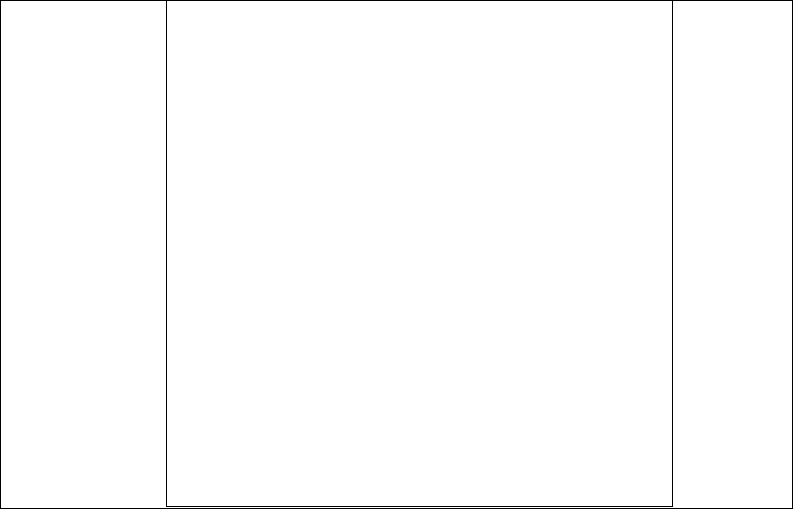
Above: 绿色购物平台系统框架.drawio.png in Li-cencen/UML (draw.io), before the change. Source tidied: cells renumbered, new cells last; positions are measured from the earlier drawing's top-left corner, leaving out a move shared by most shapes. The source it was exported from:
```xml
<mxGraphModel>
  <root>
    <mxCell id="0" />
    <mxCell id="1" parent="0" />
    <mxCell id="2" style="rounded=0;whiteSpace=wrap;html=1;" parent="1" vertex="1">
      <mxGeometry width="792" height="508" as="geometry" />
    </mxCell>
    <mxCell id="3" style="whiteSpace=wrap;html=1;" parent="1" vertex="1">
      <mxGeometry x="166" width="506" height="506" as="geometry" />
    </mxCell>
  </root>
</mxGraphModel>
```
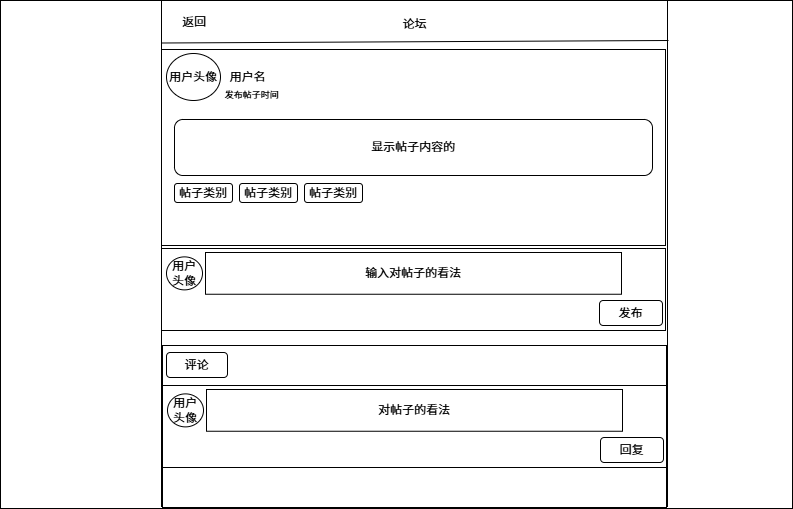
The same diagram one commit later.

Commit message:
更新绿色购物平台系统框架.drawio.png

The edit, as a diff of the source:
```diff
@@ -5,8 +5,79 @@
     <mxCell id="2" style="rounded=0;whiteSpace=wrap;html=1;" parent="1" vertex="1">
       <mxGeometry width="792" height="508" as="geometry" />
     </mxCell>
-    <mxCell id="3" style="whiteSpace=wrap;html=1;" parent="1" vertex="1">
-      <mxGeometry x="166" width="506" height="506" as="geometry" />
+    <mxCell id="3" style="whiteSpace=wrap;html=1;strokeColor=default;" parent="1" vertex="1">
+      <mxGeometry x="161" width="506" height="506" as="geometry" />
     </mxCell>
+    <mxCell id="4" value="返回" style="rounded=1;whiteSpace=wrap;html=1;labelBorderColor=none;fontColor=default;strokeColor=none;" parent="1" vertex="1">
+      <mxGeometry x="166" y="8" width="56" height="31" as="geometry" />
+    </mxCell>
+    <mxCell id="5" value="返回" style="rounded=1;whiteSpace=wrap;html=1;labelBorderColor=none;fontColor=default;strokeColor=none;" parent="1" vertex="1">
+      <mxGeometry x="166" y="6" width="56" height="31" as="geometry" />
+    </mxCell>
+    <mxCell id="6" style="endArrow=none;html=1;rounded=0;entryX=0.001;entryY=0.084;entryDx=0;entryDy=0;entryPerimeter=0;" parent="1" edge="1" target="3">
+      <mxGeometry relative="1" as="geometry">
+        <mxPoint x="668" y="40" as="sourcePoint" />
+      </mxGeometry>
+    </mxCell>
+    <mxCell id="7" value="论坛" style="text;html=1;align=center;verticalAlign=middle;strokeColor=none;fillColor=none;" parent="1" vertex="1">
+      <mxGeometry x="393" y="10.5" width="42" height="26" as="geometry" />
+    </mxCell>
+    <mxCell id="8" style="rounded=0;whiteSpace=wrap;html=1;" parent="1" vertex="1">
+      <mxGeometry x="161" y="49" width="504" height="196" as="geometry" />
+    </mxCell>
+    <mxCell id="9" style="rounded=0;whiteSpace=wrap;html=1;" parent="1" vertex="1">
+      <mxGeometry x="161" y="248" width="504" height="82" as="geometry" />
+    </mxCell>
+    <mxCell id="10" style="rounded=0;whiteSpace=wrap;html=1;" parent="1" vertex="1">
+      <mxGeometry x="162" y="345" width="504" height="162" as="geometry" />
+    </mxCell>
+    <mxCell id="11" value="用户头像" style="ellipse;whiteSpace=wrap;html=1;" parent="1" vertex="1">
+      <mxGeometry x="166" y="53" width="54" height="47" as="geometry" />
+    </mxCell>
+    <mxCell id="12" value="用户名" style="text;html=1;align=center;verticalAlign=middle;strokeColor=none;fillColor=none;" parent="1" vertex="1">
+      <mxGeometry x="220" y="63.5" width="54" height="26" as="geometry" />
+    </mxCell>
+    <mxCell id="13" value="显示帖子内容的" style="rounded=1;whiteSpace=wrap;html=1;" parent="1" vertex="1">
+      <mxGeometry x="174" y="119" width="478" height="56" as="geometry" />
+    </mxCell>
+    <mxCell id="14" value="&lt;font style=&quot;font-size: 9px;&quot;&gt;发布帖子时间&lt;/font&gt;" style="text;html=1;align=center;verticalAlign=middle;strokeColor=none;fillColor=none;" parent="1" vertex="1">
+      <mxGeometry x="215" y="81" width="72" height="26" as="geometry" />
+    </mxCell>
+    <mxCell id="15" value="帖子类别" style="rounded=1;whiteSpace=wrap;html=1;" parent="1" vertex="1">
+      <mxGeometry x="174" y="183" width="58" height="19" as="geometry" />
+    </mxCell>
+    <mxCell id="16" value="帖子类别" style="rounded=1;whiteSpace=wrap;html=1;" parent="1" vertex="1">
+      <mxGeometry x="239" y="183" width="58" height="19" as="geometry" />
+    </mxCell>
+    <mxCell id="17" value="帖子类别" style="rounded=1;whiteSpace=wrap;html=1;" parent="1" vertex="1">
+      <mxGeometry x="304" y="183" width="58" height="19" as="geometry" />
+    </mxCell>
+    <mxCell id="18" value="用户头像" style="ellipse;whiteSpace=wrap;html=1;" parent="1" vertex="1">
+      <mxGeometry x="166" y="256.4" width="36" height="33" as="geometry" />
+    </mxCell>
+    <mxCell id="19" value="输入对帖子的看法" style="rounded=0;whiteSpace=wrap;html=1;" parent="1" vertex="1">
+      <mxGeometry x="205" y="252" width="416" height="41.8" as="geometry" />
+    </mxCell>
+    <mxCell id="20" value="发布" style="rounded=1;whiteSpace=wrap;html=1;" parent="1" vertex="1">
+      <mxGeometry x="599" y="300" width="63" height="25" as="geometry" />
+    </mxCell>
+    <mxCell id="21" value="评论" style="rounded=1;whiteSpace=wrap;html=1;" parent="1" vertex="1">
+      <mxGeometry x="166" y="352" width="61" height="25" as="geometry" />
+    </mxCell>
+    <mxCell id="22" style="endArrow=none;html=1;rounded=0;exitX=0;exitY=0.25;exitDx=0;exitDy=0;entryX=1;entryY=0.25;entryDx=0;entryDy=0;" parent="1" edge="1" source="10" target="10">
+      <mxGeometry relative="1" as="geometry" />
+    </mxCell>
+    <mxCell id="23" style="rounded=0;whiteSpace=wrap;html=1;" parent="1" vertex="1">
+      <mxGeometry x="162" y="385" width="504" height="82" as="geometry" />
+    </mxCell>
+    <mxCell id="24" value="用户头像" style="ellipse;whiteSpace=wrap;html=1;" parent="1" vertex="1">
+      <mxGeometry x="167" y="393.4" width="36" height="33" as="geometry" />
+    </mxCell>
+    <mxCell id="25" value="对帖子的看法" style="rounded=0;whiteSpace=wrap;html=1;" parent="1" vertex="1">
+      <mxGeometry x="206" y="389" width="416" height="41.8" as="geometry" />
+    </mxCell>
+    <mxCell id="26" value="回复" style="rounded=1;whiteSpace=wrap;html=1;" parent="1" vertex="1">
+      <mxGeometry x="600" y="437" width="63" height="25" as="geometry" />
+    </mxCell>
   </root>
 </mxGraphModel>
```
